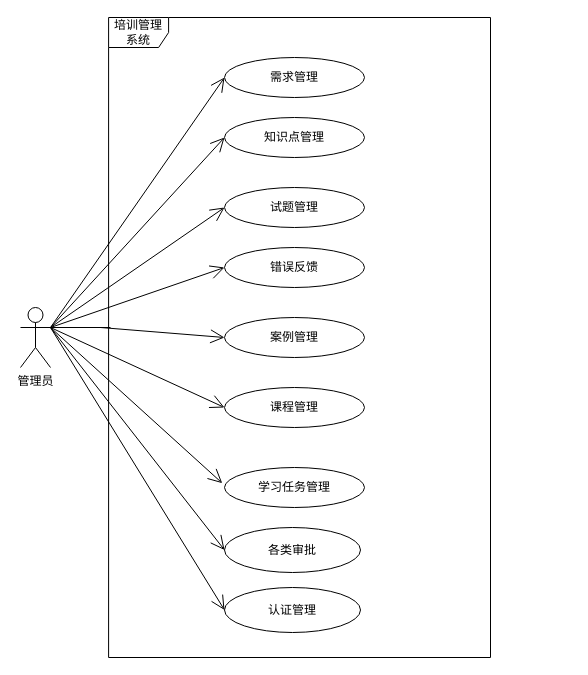
The draw.io diagram 用例图.drawio in cgshao02/graduation_picture, before the edit. Source tidied: cells renumbered, new cells numbered last; positions are measured from the earlier drawing's top-left corner, leaving out a move shared by most shapes. Both pictures are drawn from the tidied source at 100%, with x=0, y=0 at pixel (20, 17).
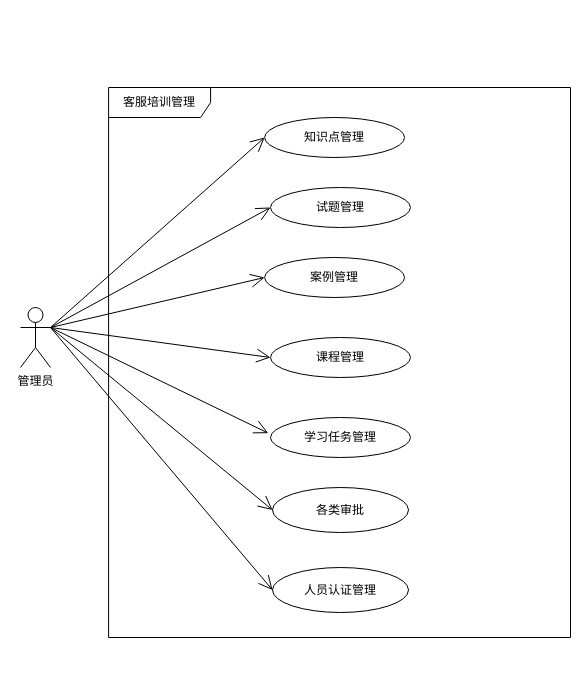
The same page after the edit.

Commit message:
更新用例图.drawio

What changed in the source:
```diff
@@
     <mxCell id="3" value="知识点管理" style="ellipse;whiteSpace=wrap;html=1;" parent="1" vertex="1">
-      <mxGeometry x="204" y="100" width="140" height="40" as="geometry" />
+      <mxGeometry x="244.1" y="100" width="140" height="40" as="geometry" />
     </mxCell>
@@
     <mxCell id="5" value="案例管理" style="ellipse;whiteSpace=wrap;html=1;" parent="1" vertex="1">
-      <mxGeometry x="204" y="300" width="140" height="40" as="geometry" />
+      <mxGeometry x="244.1" y="240" width="140" height="40" as="geometry" />
     </mxCell>
     <mxCell id="6" style="endArrow=open;endFill=1;endSize=12;html=1;rounded=0;entryX=0;entryY=0.5;entryDx=0;entryDy=0;" parent="1" edge="1" target="5">
       <mxGeometry relative="1" as="geometry">
-        <mxPoint x="80" y="310" as="sourcePoint" />
+        <mxPoint x="30" y="310" as="sourcePoint" />
       </mxGeometry>
     </mxCell>
     <mxCell id="7" value="试题管理" style="ellipse;whiteSpace=wrap;html=1;" parent="1" vertex="1">
-      <mxGeometry x="204" y="170" width="140" height="40" as="geometry" />
+      <mxGeometry x="250" y="170" width="140" height="40" as="geometry" />
     </mxCell>
     <mxCell id="8" value="课程管理" style="ellipse;whiteSpace=wrap;html=1;" parent="1" vertex="1">
-      <mxGeometry x="204" y="370" width="140" height="40" as="geometry" />
+      <mxGeometry x="250" y="320" width="140" height="40" as="geometry" />
     </mxCell>
     <mxCell id="9" value="学习任务管理" style="ellipse;whiteSpace=wrap;html=1;" parent="1" vertex="1">
-      <mxGeometry x="204" y="450" width="140" height="40" as="geometry" />
+      <mxGeometry x="250" y="400" width="140" height="40" as="geometry" />
     </mxCell>
-    <mxCell id="10" style="endArrow=open;endFill=1;endSize=12;html=1;rounded=0;entryX=0;entryY=0.5;entryDx=0;entryDy=0;" parent="1" edge="1" target="7">
-      <mxGeometry relative="1" as="geometry">
-        <mxPoint x="90" y="310" as="sourcePoint" />
-        <Array as="points">
-          <mxPoint x="30" y="310" />
-        </Array>
-      </mxGeometry>
-    </mxCell>
@@
     <mxCell id="13" value="各类审批" style="ellipse;whiteSpace=wrap;html=1;" parent="1" vertex="1">
-      <mxGeometry x="204" y="510" width="136" height="45" as="geometry" />
+      <mxGeometry x="252" y="470" width="136" height="45" as="geometry" />
     </mxCell>
@@
-    <mxCell id="15" value="错误反馈" style="ellipse;whiteSpace=wrap;html=1;" parent="1" vertex="1">
-      <mxGeometry x="204" y="230" width="140" height="40" as="geometry" />
-    </mxCell>
-    <mxCell id="16" style="endArrow=open;endFill=1;endSize=12;html=1;rounded=0;entryX=0;entryY=0.5;entryDx=0;entryDy=0;" parent="1" edge="1" target="15">
-      <mxGeometry relative="1" as="geometry">
-        <mxPoint x="30" y="310" as="sourcePoint" />
-      </mxGeometry>
-    </mxCell>
-    <mxCell id="17" value="培训管理系统" style="shape=umlFrame;whiteSpace=wrap;html=1;" parent="1" vertex="1">
-      <mxGeometry x="88.1" width="381.9" height="640" as="geometry" />
+    <mxCell id="17" value="客服培训管理" style="shape=umlFrame;whiteSpace=wrap;html=1;width=102;height=30;" parent="1" vertex="1">
+      <mxGeometry x="88.1" y="70" width="461.9" height="550" as="geometry" />
     </mxCell>
-    <mxCell id="18" value="需求管理" style="ellipse;whiteSpace=wrap;html=1;" parent="1" vertex="1">
-      <mxGeometry x="204" y="40" width="140" height="40" as="geometry" />
-    </mxCell>
-    <mxCell id="19" style="endArrow=open;endFill=1;endSize=12;html=1;rounded=0;entryX=0;entryY=0.5;entryDx=0;entryDy=0;" parent="1" edge="1" target="18">
-      <mxGeometry relative="1" as="geometry">
-        <mxPoint x="30" y="310" as="sourcePoint" />
-      </mxGeometry>
-    </mxCell>
-    <mxCell id="20" value="认证管理" style="ellipse;whiteSpace=wrap;html=1;" parent="1" vertex="1">
-      <mxGeometry x="204" y="570" width="136" height="45" as="geometry" />
+    <mxCell id="20" value="人员认证管理" style="ellipse;whiteSpace=wrap;html=1;" parent="1" vertex="1">
+      <mxGeometry x="252" y="550" width="136" height="45" as="geometry" />
     </mxCell>
@@
+    <mxCell id="22" style="endArrow=open;endFill=1;endSize=12;html=1;rounded=0;entryX=0;entryY=0.5;entryDx=0;entryDy=0;" parent="1" edge="1" target="7">
+      <mxGeometry relative="1" as="geometry">
+        <mxPoint x="30" y="310" as="sourcePoint" />
+      </mxGeometry>
+    </mxCell>
```
